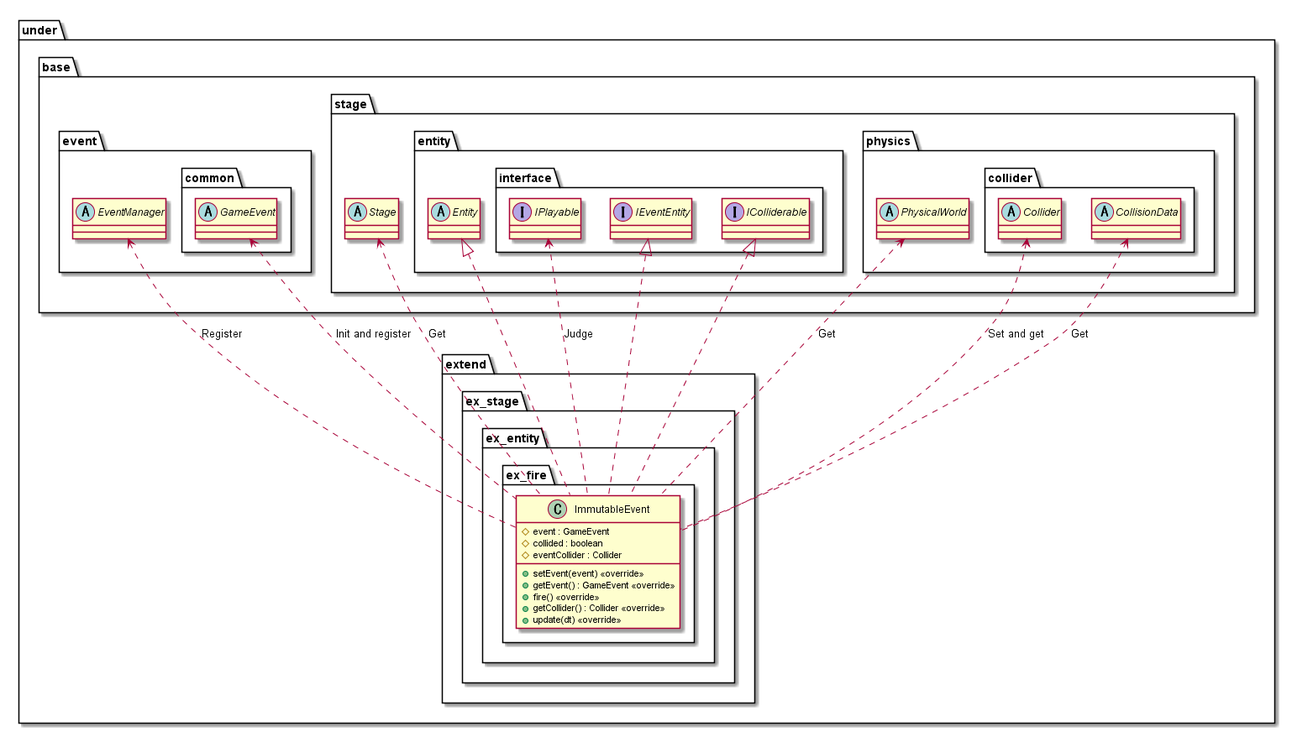
Earlier version of the PlantUML export out/uml/entity/ExtendFire/EntityExtendFire.png (Expine/Under). Source of this version:
```plantuml
@startuml EntityExtendFire
package under {
    package extend {
        package ex_stage {
            package ex_entity {
                package ex_fire {
                    class ImmutableEvent {
                        #event : GameEvent
                        #collided : boolean
                        #eventCollider : Collider
                        +setEvent(event) <<override>>
                        +getEvent() : GameEvent <<override>>
                        +fire() <<override>>
                        +getCollider() : Collider <<override>>
                        +update(dt) <<override>>
                    }
                }
            }
        }
    }
}

package under {
    package base {
        package event {
            abstract EventManager
            package common {
                abstract GameEvent
            }
        }
        package stage {
            abstract Stage
            package entity {
                abstract Entity
                package interface {
                    interface IPlayable
                    interface IEventEntity
                    interface IColliderable
                }
            }
            package physics {
                abstract PhysicalWorld
                package collider {
                    abstract Collider
                    abstract CollisionData
                }
            }
        }
    }
}

GameEvent <.. ImmutableEvent : Init and register
EventManager <.. ImmutableEvent : Register
Collider <.. ImmutableEvent : Set and get
Stage <.. ImmutableEvent : Get
PhysicalWorld <.. ImmutableEvent : Get
CollisionData <.. ImmutableEvent : Get
IPlayable <.. ImmutableEvent : Judge

Entity <|.. ImmutableEvent
IEventEntity <|.. ImmutableEvent
IColliderable <|.. ImmutableEvent

@enduml
```
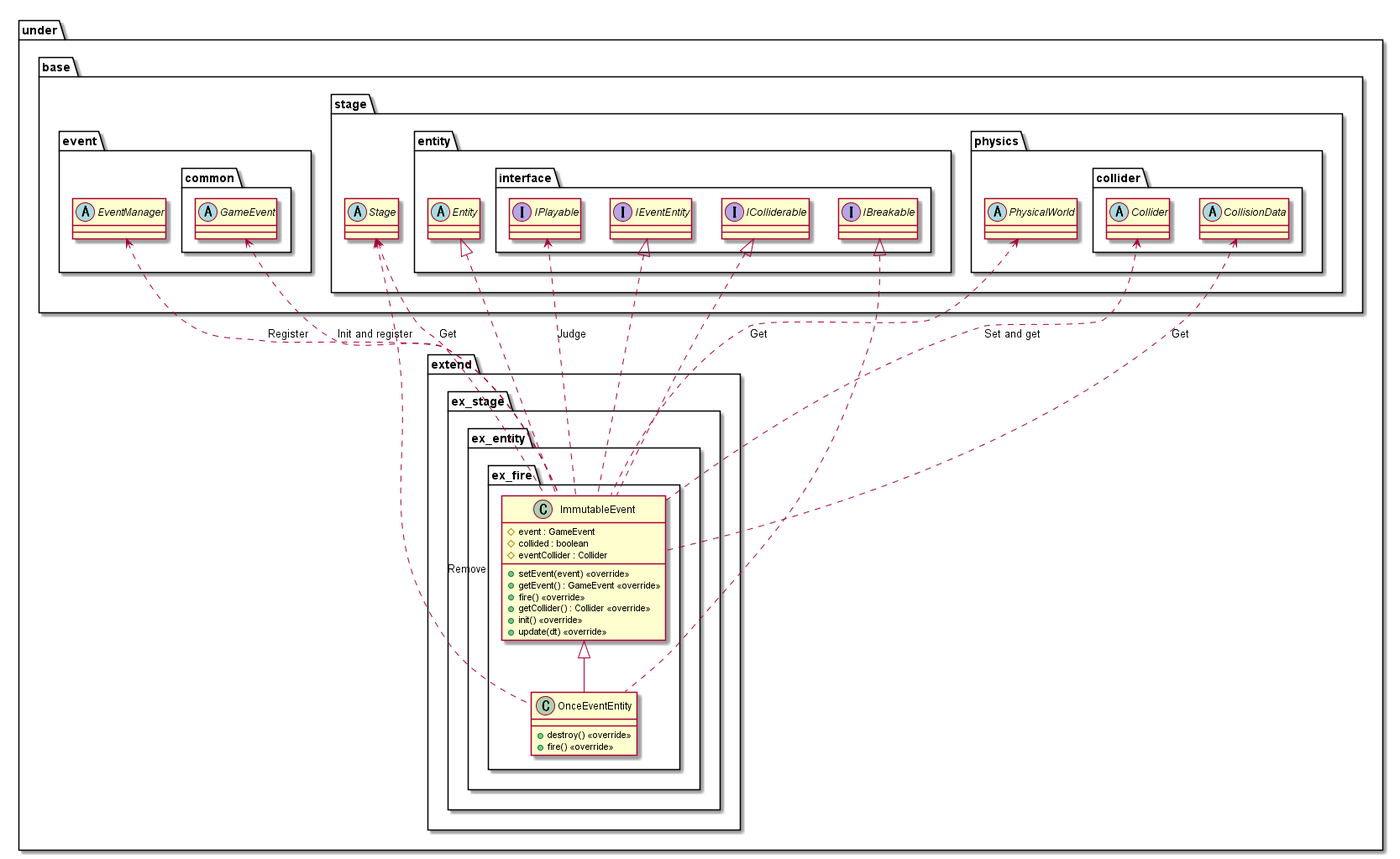
After the change.

Change to the diagram source:
```diff
@@ -12,7 +12,12 @@
                         +getEvent() : GameEvent <<override>>
                         +fire() <<override>>
                         +getCollider() : Collider <<override>>
+                        +init() <<override>>
                         +update(dt) <<override>>
+                    }
+                    class OnceEventEntity {
+                        +destroy() <<override>>
+                        +fire() <<override>>
                     }
                 }
             }
@@ -36,6 +41,7 @@
                     interface IPlayable
                     interface IEventEntity
                     interface IColliderable
+                    interface IBreakable
                 }
             }
             package physics {
@@ -57,8 +63,13 @@
 CollisionData <.. ImmutableEvent : Get
 IPlayable <.. ImmutableEvent : Judge
 
+Stage <.. OnceEventEntity : Remove
+
 Entity <|.. ImmutableEvent
 IEventEntity <|.. ImmutableEvent
 IColliderable <|.. ImmutableEvent
 
+ImmutableEvent <|-- OnceEventEntity
+IBreakable <|.. OnceEventEntity
+
 @enduml
```
